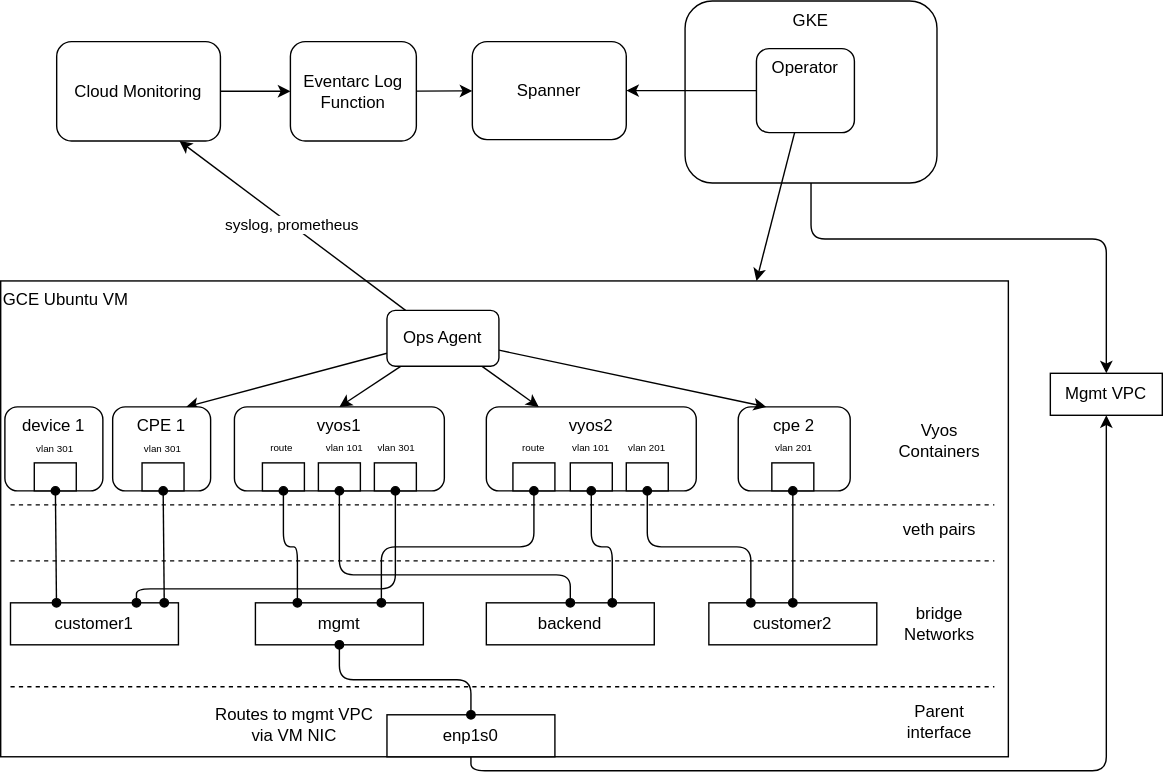
This is docs/drawings/networking.drawio.svg from LeegenSteven/NetworkAgent-dev, a draw.io export, as it was before one commit. Source tidied: cells renumbered, new cells last; positions are measured from the earlier drawing's top-left corner, leaving out a move shared by most shapes. The source it was exported from:
```xml
<mxGraphModel>
  <root>
    <mxCell id="0" />
    <mxCell id="1" parent="0" />
    <mxCell id="2" value="GKE" style="rounded=1;whiteSpace=wrap;html=1;verticalAlign=top;" parent="1" vertex="1">
      <mxGeometry x="489" width="180" height="130" as="geometry" />
    </mxCell>
    <mxCell id="3" value="GCE Ubuntu VM" style="rounded=0;whiteSpace=wrap;html=1;verticalAlign=top;align=left;" parent="1" vertex="1">
      <mxGeometry y="200" width="720" height="340" as="geometry" />
    </mxCell>
    <mxCell id="4" value="vyos1" style="rounded=1;whiteSpace=wrap;html=1;verticalAlign=top;" parent="1" vertex="1">
      <mxGeometry x="167" y="290" width="150" height="60" as="geometry" />
    </mxCell>
    <mxCell id="5" value="vyos2" style="rounded=1;whiteSpace=wrap;html=1;verticalAlign=top;" parent="1" vertex="1">
      <mxGeometry x="347" y="290" width="150" height="60" as="geometry" />
    </mxCell>
    <mxCell id="6" style="rounded=0;whiteSpace=wrap;html=1;" parent="1" vertex="1">
      <mxGeometry x="187" y="330" width="30" height="20" as="geometry" />
    </mxCell>
    <mxCell id="7" style="rounded=0;whiteSpace=wrap;html=1;" parent="1" vertex="1">
      <mxGeometry x="227" y="330" width="30" height="20" as="geometry" />
    </mxCell>
    <mxCell id="8" style="rounded=0;whiteSpace=wrap;html=1;" parent="1" vertex="1">
      <mxGeometry x="267" y="330" width="30" height="20" as="geometry" />
    </mxCell>
    <mxCell id="9" style="rounded=0;whiteSpace=wrap;html=1;" parent="1" vertex="1">
      <mxGeometry x="366" y="330" width="30" height="20" as="geometry" />
    </mxCell>
    <mxCell id="10" style="rounded=0;whiteSpace=wrap;html=1;" parent="1" vertex="1">
      <mxGeometry x="407" y="330" width="30" height="20" as="geometry" />
    </mxCell>
    <mxCell id="11" style="rounded=0;whiteSpace=wrap;html=1;" parent="1" vertex="1">
      <mxGeometry x="447" y="330" width="30" height="20" as="geometry" />
    </mxCell>
    <mxCell id="12" value="cpe 2" style="rounded=1;whiteSpace=wrap;html=1;verticalAlign=top;" parent="1" vertex="1">
      <mxGeometry x="527" y="290" width="80" height="60" as="geometry" />
    </mxCell>
    <mxCell id="13" style="rounded=0;whiteSpace=wrap;html=1;" parent="1" vertex="1">
      <mxGeometry x="551" y="330" width="30" height="20" as="geometry" />
    </mxCell>
    <mxCell id="14" value="device 1" style="rounded=1;whiteSpace=wrap;html=1;verticalAlign=top;" parent="1" vertex="1">
      <mxGeometry x="3" y="290" width="70" height="60" as="geometry" />
    </mxCell>
    <mxCell id="15" style="rounded=0;whiteSpace=wrap;html=1;" parent="1" vertex="1">
      <mxGeometry x="24" y="330" width="30" height="20" as="geometry" />
    </mxCell>
    <mxCell id="16" value="mgmt" style="rounded=0;whiteSpace=wrap;html=1;" parent="1" vertex="1">
      <mxGeometry x="182" y="430" width="120" height="30" as="geometry" />
    </mxCell>
    <mxCell id="17" value="backend" style="rounded=0;whiteSpace=wrap;html=1;" parent="1" vertex="1">
      <mxGeometry x="347" y="430" width="120" height="30" as="geometry" />
    </mxCell>
    <mxCell id="18" value="customer2" style="rounded=0;whiteSpace=wrap;html=1;" parent="1" vertex="1">
      <mxGeometry x="506" y="430" width="120" height="30" as="geometry" />
    </mxCell>
    <mxCell id="19" value="customer1" style="rounded=0;whiteSpace=wrap;html=1;" parent="1" vertex="1">
      <mxGeometry x="7" y="430" width="120" height="30" as="geometry" />
    </mxCell>
    <mxCell id="20" style="edgeStyle=orthogonalEdgeStyle;html=1;entryX=0.5;entryY=1;entryDx=0;entryDy=0;exitX=0.5;exitY=1;exitDx=0;exitDy=0;" parent="1" edge="1" source="21" target="48">
      <mxGeometry relative="1" as="geometry" />
    </mxCell>
    <mxCell id="21" value="enp1s0" style="rounded=0;whiteSpace=wrap;html=1;" parent="1" vertex="1">
      <mxGeometry x="276" y="510" width="120" height="30" as="geometry" />
    </mxCell>
    <mxCell id="22" style="edgeStyle=orthogonalEdgeStyle;html=1;entryX=0.25;entryY=0;entryDx=0;entryDy=0;exitX=0.5;exitY=1;exitDx=0;exitDy=0;startArrow=oval;startFill=1;endArrow=oval;endFill=1;" parent="1" edge="1" source="6" target="16">
      <mxGeometry relative="1" as="geometry" />
    </mxCell>
    <mxCell id="23" style="edgeStyle=orthogonalEdgeStyle;html=1;exitX=0.5;exitY=1;exitDx=0;exitDy=0;endArrow=oval;endFill=1;startArrow=oval;startFill=1;" parent="1" edge="1" source="7" target="17">
      <mxGeometry relative="1" as="geometry">
        <Array as="points">
          <mxPoint x="242" y="410" />
          <mxPoint x="407" y="410" />
        </Array>
      </mxGeometry>
    </mxCell>
    <mxCell id="24" style="edgeStyle=orthogonalEdgeStyle;html=1;endArrow=oval;endFill=1;startArrow=oval;startFill=1;entryX=0.75;entryY=0;entryDx=0;entryDy=0;exitX=0.5;exitY=1;exitDx=0;exitDy=0;" parent="1" edge="1" source="8" target="19">
      <mxGeometry relative="1" as="geometry">
        <Array as="points">
          <mxPoint x="282" y="420" />
          <mxPoint x="97" y="420" />
        </Array>
      </mxGeometry>
    </mxCell>
    <mxCell id="25" style="edgeStyle=orthogonalEdgeStyle;html=1;endArrow=oval;endFill=1;startArrow=oval;startFill=1;entryX=0.75;entryY=0;entryDx=0;entryDy=0;exitX=0.5;exitY=1;exitDx=0;exitDy=0;" parent="1" edge="1" source="9" target="16">
      <mxGeometry relative="1" as="geometry" />
    </mxCell>
    <mxCell id="26" style="edgeStyle=orthogonalEdgeStyle;html=1;endArrow=oval;endFill=1;startArrow=oval;startFill=1;entryX=0.75;entryY=0;entryDx=0;entryDy=0;" parent="1" edge="1" source="10" target="17">
      <mxGeometry relative="1" as="geometry" />
    </mxCell>
    <mxCell id="27" style="edgeStyle=orthogonalEdgeStyle;html=1;exitX=0.5;exitY=1;exitDx=0;exitDy=0;endArrow=oval;endFill=1;startArrow=oval;startFill=1;entryX=0.5;entryY=0;entryDx=0;entryDy=0;" parent="1" edge="1" source="13" target="18">
      <mxGeometry relative="1" as="geometry" />
    </mxCell>
    <mxCell id="28" style="edgeStyle=orthogonalEdgeStyle;html=1;endArrow=oval;endFill=1;startArrow=oval;startFill=1;entryX=0.25;entryY=0;entryDx=0;entryDy=0;exitX=0.5;exitY=1;exitDx=0;exitDy=0;" parent="1" edge="1" source="11" target="18">
      <mxGeometry relative="1" as="geometry" />
    </mxCell>
    <mxCell id="29" value="vlan 201" style="text;html=1;align=center;verticalAlign=middle;whiteSpace=wrap;rounded=0;fontSize=7;" parent="1" vertex="1">
      <mxGeometry x="552" y="310" width="30" height="20" as="geometry" />
    </mxCell>
    <mxCell id="30" value="vlan 201" style="text;html=1;align=center;verticalAlign=middle;whiteSpace=wrap;rounded=0;fontSize=7;" parent="1" vertex="1">
      <mxGeometry x="447" y="310" width="30" height="20" as="geometry" />
    </mxCell>
    <mxCell id="31" value="vlan 101" style="text;html=1;align=center;verticalAlign=middle;whiteSpace=wrap;rounded=0;fontSize=7;" parent="1" vertex="1">
      <mxGeometry x="407" y="310" width="30" height="20" as="geometry" />
    </mxCell>
    <mxCell id="32" value="route" style="text;html=1;align=center;verticalAlign=middle;whiteSpace=wrap;rounded=0;fontSize=7;" parent="1" vertex="1">
      <mxGeometry x="366" y="310" width="30" height="20" as="geometry" />
    </mxCell>
    <mxCell id="33" value="vlan 301" style="text;html=1;align=center;verticalAlign=middle;whiteSpace=wrap;rounded=0;fontSize=7;" parent="1" vertex="1">
      <mxGeometry x="268" y="310" width="30" height="20" as="geometry" />
    </mxCell>
    <mxCell id="34" value="vlan 101" style="text;html=1;align=center;verticalAlign=middle;whiteSpace=wrap;rounded=0;fontSize=7;" parent="1" vertex="1">
      <mxGeometry x="227" y="310" width="38" height="20" as="geometry" />
    </mxCell>
    <mxCell id="35" value="route" style="text;html=1;align=center;verticalAlign=middle;whiteSpace=wrap;rounded=0;fontSize=7;" parent="1" vertex="1">
      <mxGeometry x="186" y="310" width="30" height="20" as="geometry" />
    </mxCell>
    <mxCell id="36" style="edgeStyle=none;html=1;endArrow=oval;endFill=1;startArrow=oval;startFill=1;" parent="1" edge="1" source="15">
      <mxGeometry relative="1" as="geometry">
        <mxPoint x="39.9" y="430" as="targetPoint" />
      </mxGeometry>
    </mxCell>
    <mxCell id="37" value="vlan 301" style="text;html=1;align=center;verticalAlign=middle;whiteSpace=wrap;rounded=0;fontSize=7;" parent="1" vertex="1">
      <mxGeometry x="24" y="311" width="30" height="20" as="geometry" />
    </mxCell>
    <mxCell id="38" value="bridge Networks" style="text;html=1;align=center;verticalAlign=middle;whiteSpace=wrap;rounded=0;" parent="1" vertex="1">
      <mxGeometry x="641" y="430" width="60" height="30" as="geometry" />
    </mxCell>
    <mxCell id="39" value="Parent interface" style="text;html=1;align=center;verticalAlign=middle;whiteSpace=wrap;rounded=0;" parent="1" vertex="1">
      <mxGeometry x="641" y="500" width="60" height="30" as="geometry" />
    </mxCell>
    <mxCell id="40" style="endArrow=none;html=1;dashed=1;" parent="1" edge="1">
      <mxGeometry relative="1" as="geometry">
        <mxPoint x="7" y="490" as="sourcePoint" />
        <mxPoint x="710" y="490" as="targetPoint" />
      </mxGeometry>
    </mxCell>
    <mxCell id="41" style="endArrow=none;html=1;dashed=1;" parent="1" edge="1">
      <mxGeometry relative="1" as="geometry">
        <mxPoint x="7" y="400" as="sourcePoint" />
        <mxPoint x="710" y="400" as="targetPoint" />
      </mxGeometry>
    </mxCell>
    <mxCell id="42" value="Vyos Containers" style="text;html=1;align=center;verticalAlign=middle;whiteSpace=wrap;rounded=0;" parent="1" vertex="1">
      <mxGeometry x="641" y="296" width="60" height="35" as="geometry" />
    </mxCell>
    <mxCell id="43" value="veth pairs" style="text;html=1;align=center;verticalAlign=middle;whiteSpace=wrap;rounded=0;" parent="1" vertex="1">
      <mxGeometry x="641" y="360" width="60" height="35" as="geometry" />
    </mxCell>
    <mxCell id="44" style="endArrow=none;html=1;dashed=1;" parent="1" edge="1">
      <mxGeometry relative="1" as="geometry">
        <mxPoint x="7" y="360" as="sourcePoint" />
        <mxPoint x="710" y="360" as="targetPoint" />
      </mxGeometry>
    </mxCell>
    <mxCell id="45" style="edgeStyle=none;html=1;" parent="1" edge="1" source="47" target="52">
      <mxGeometry relative="1" as="geometry" />
    </mxCell>
    <mxCell id="46" style="edgeStyle=none;html=1;entryX=0.75;entryY=0;entryDx=0;entryDy=0;" parent="1" edge="1" source="47" target="3">
      <mxGeometry relative="1" as="geometry" />
    </mxCell>
    <mxCell id="47" value="Operator" style="rounded=1;whiteSpace=wrap;html=1;verticalAlign=top;" parent="1" vertex="1">
      <mxGeometry x="540" y="34" width="70" height="60" as="geometry" />
    </mxCell>
    <mxCell id="48" value="Mgmt VPC" style="rounded=0;whiteSpace=wrap;html=1;rotation=0;" parent="1" vertex="1">
      <mxGeometry x="750" y="266" width="80" height="30" as="geometry" />
    </mxCell>
    <mxCell id="49" style="edgeStyle=orthogonalEdgeStyle;html=1;entryX=0.5;entryY=0;entryDx=0;entryDy=0;exitX=0.5;exitY=1;exitDx=0;exitDy=0;" parent="1" edge="1" source="2" target="48">
      <mxGeometry relative="1" as="geometry">
        <Array as="points">
          <mxPoint x="579" y="170" />
          <mxPoint x="790" y="170" />
        </Array>
      </mxGeometry>
    </mxCell>
    <mxCell id="50" style="edgeStyle=orthogonalEdgeStyle;html=1;exitX=0.5;exitY=1;exitDx=0;exitDy=0;startArrow=oval;startFill=1;endArrow=oval;endFill=1;" parent="1" edge="1" source="16" target="21">
      <mxGeometry relative="1" as="geometry" />
    </mxCell>
    <mxCell id="51" value="Routes to mgmt VPC via VM NIC" style="text;html=1;align=center;verticalAlign=middle;whiteSpace=wrap;rounded=0;" parent="1" vertex="1">
      <mxGeometry x="152" y="502" width="116" height="30" as="geometry" />
    </mxCell>
    <mxCell id="52" value="Spanner" style="rounded=1;whiteSpace=wrap;html=1;verticalAlign=middle;" parent="1" vertex="1">
      <mxGeometry x="337" y="29" width="110" height="70" as="geometry" />
    </mxCell>
    <mxCell id="53" value="syslog, prometheus" style="edgeStyle=none;html=1;entryX=0.75;entryY=1;entryDx=0;entryDy=0;" parent="1" edge="1" source="58" target="60">
      <mxGeometry relative="1" as="geometry" />
    </mxCell>
    <mxCell id="54" style="edgeStyle=none;html=1;entryX=0.5;entryY=0;entryDx=0;entryDy=0;" parent="1" edge="1" source="58" target="4">
      <mxGeometry relative="1" as="geometry" />
    </mxCell>
    <mxCell id="55" style="edgeStyle=none;html=1;entryX=0.25;entryY=0;entryDx=0;entryDy=0;" parent="1" edge="1" source="58" target="5">
      <mxGeometry relative="1" as="geometry" />
    </mxCell>
    <mxCell id="56" style="edgeStyle=none;html=1;entryX=0.75;entryY=0;entryDx=0;entryDy=0;" parent="1" edge="1" source="58" target="63">
      <mxGeometry relative="1" as="geometry" />
    </mxCell>
    <mxCell id="57" style="edgeStyle=none;html=1;entryX=0.25;entryY=0;entryDx=0;entryDy=0;" parent="1" edge="1" source="58" target="12">
      <mxGeometry relative="1" as="geometry" />
    </mxCell>
    <mxCell id="58" value="Ops Agent" style="rounded=1;whiteSpace=wrap;html=1;verticalAlign=middle;" parent="1" vertex="1">
      <mxGeometry x="276" y="221" width="80" height="40" as="geometry" />
    </mxCell>
    <mxCell id="59" style="edgeStyle=none;html=1;" parent="1" edge="1" source="60" target="62">
      <mxGeometry relative="1" as="geometry" />
    </mxCell>
    <mxCell id="60" value="Cloud Monitoring" style="rounded=1;whiteSpace=wrap;html=1;verticalAlign=middle;" parent="1" vertex="1">
      <mxGeometry x="40" y="29" width="117" height="71" as="geometry" />
    </mxCell>
    <mxCell id="61" style="edgeStyle=none;html=1;" parent="1" edge="1" source="62" target="52">
      <mxGeometry relative="1" as="geometry" />
    </mxCell>
    <mxCell id="62" value="Eventarc Log Function" style="rounded=1;whiteSpace=wrap;html=1;verticalAlign=middle;" parent="1" vertex="1">
      <mxGeometry x="207" y="29" width="90" height="71" as="geometry" />
    </mxCell>
    <mxCell id="63" value="CPE 1" style="rounded=1;whiteSpace=wrap;html=1;verticalAlign=top;" parent="1" vertex="1">
      <mxGeometry x="80" y="290" width="70" height="60" as="geometry" />
    </mxCell>
    <mxCell id="64" style="rounded=0;whiteSpace=wrap;html=1;" parent="1" vertex="1">
      <mxGeometry x="101" y="330" width="30" height="20" as="geometry" />
    </mxCell>
    <mxCell id="65" style="edgeStyle=none;html=1;endArrow=oval;endFill=1;startArrow=oval;startFill=1;" parent="1" edge="1" source="64">
      <mxGeometry relative="1" as="geometry">
        <mxPoint x="116.9" y="430" as="targetPoint" />
      </mxGeometry>
    </mxCell>
    <mxCell id="66" value="vlan 301" style="text;html=1;align=center;verticalAlign=middle;whiteSpace=wrap;rounded=0;fontSize=7;" parent="1" vertex="1">
      <mxGeometry x="101" y="311" width="30" height="20" as="geometry" />
    </mxCell>
  </root>
</mxGraphModel>
```
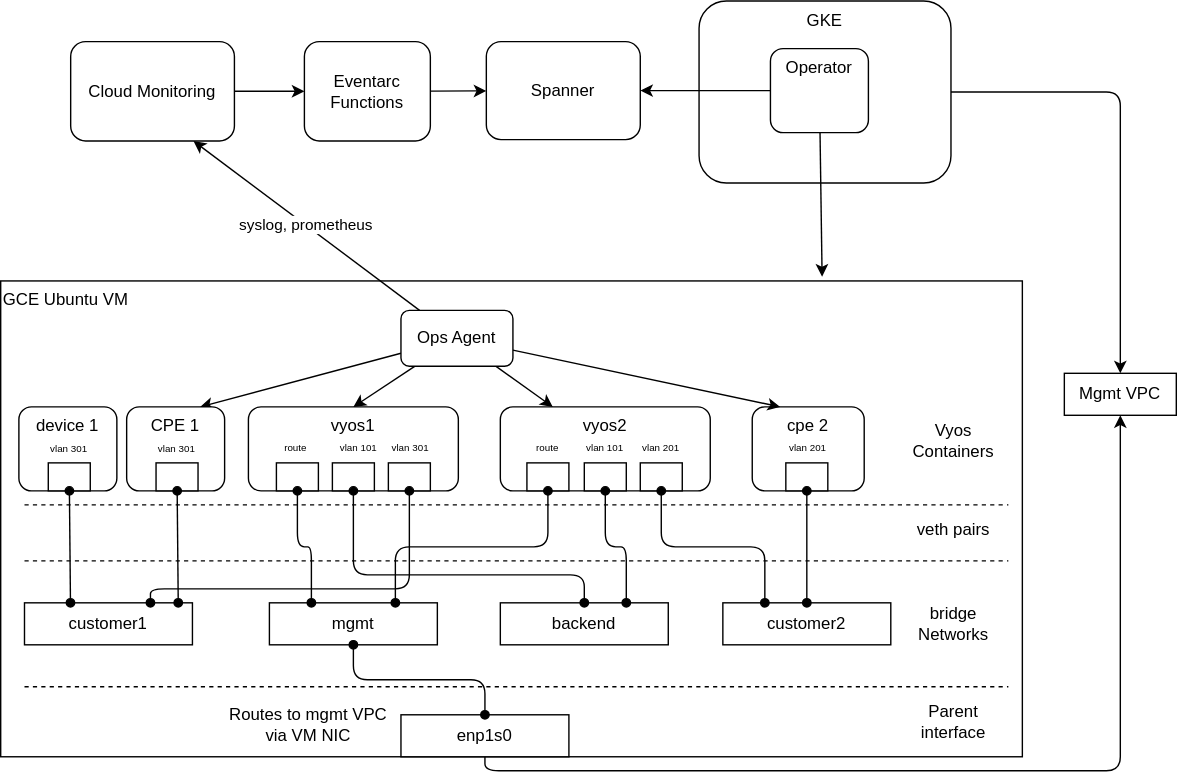
The same diagram one commit later.

The edit, as a diff of the source:
```diff
@@ -6,7 +6,7 @@
       <mxGeometry x="489" width="180" height="130" as="geometry" />
     </mxCell>
     <mxCell id="3" value="GCE Ubuntu VM" style="rounded=0;whiteSpace=wrap;html=1;verticalAlign=top;align=left;" parent="1" vertex="1">
-      <mxGeometry y="200" width="720" height="340" as="geometry" />
+      <mxGeometry x="-10" y="200" width="730" height="340" as="geometry" />
     </mxCell>
     <mxCell id="4" value="vyos1" style="rounded=1;whiteSpace=wrap;html=1;verticalAlign=top;" parent="1" vertex="1">
       <mxGeometry x="167" y="290" width="150" height="60" as="geometry" />
@@ -155,7 +155,7 @@
     <mxCell id="45" style="edgeStyle=none;html=1;" parent="1" edge="1" source="47" target="52">
       <mxGeometry relative="1" as="geometry" />
     </mxCell>
-    <mxCell id="46" style="edgeStyle=none;html=1;entryX=0.75;entryY=0;entryDx=0;entryDy=0;" parent="1" edge="1" source="47" target="3">
+    <mxCell id="46" style="edgeStyle=none;html=1;entryX=0.804;entryY=-0.009;entryDx=0;entryDy=0;entryPerimeter=0;" parent="1" edge="1" source="47" target="3">
       <mxGeometry relative="1" as="geometry" />
     </mxCell>
     <mxCell id="47" value="Operator" style="rounded=1;whiteSpace=wrap;html=1;verticalAlign=top;" parent="1" vertex="1">
@@ -164,13 +164,8 @@
     <mxCell id="48" value="Mgmt VPC" style="rounded=0;whiteSpace=wrap;html=1;rotation=0;" parent="1" vertex="1">
       <mxGeometry x="750" y="266" width="80" height="30" as="geometry" />
     </mxCell>
-    <mxCell id="49" style="edgeStyle=orthogonalEdgeStyle;html=1;entryX=0.5;entryY=0;entryDx=0;entryDy=0;exitX=0.5;exitY=1;exitDx=0;exitDy=0;" parent="1" edge="1" source="2" target="48">
-      <mxGeometry relative="1" as="geometry">
-        <Array as="points">
-          <mxPoint x="579" y="170" />
-          <mxPoint x="790" y="170" />
-        </Array>
-      </mxGeometry>
+    <mxCell id="49" style="edgeStyle=orthogonalEdgeStyle;html=1;entryX=0.5;entryY=0;entryDx=0;entryDy=0;exitX=1;exitY=0.5;exitDx=0;exitDy=0;" parent="1" edge="1" source="2" target="48">
+      <mxGeometry relative="1" as="geometry" />
     </mxCell>
     <mxCell id="50" style="edgeStyle=orthogonalEdgeStyle;html=1;exitX=0.5;exitY=1;exitDx=0;exitDy=0;startArrow=oval;startFill=1;endArrow=oval;endFill=1;" parent="1" edge="1" source="16" target="21">
       <mxGeometry relative="1" as="geometry" />
@@ -208,7 +203,7 @@
     <mxCell id="61" style="edgeStyle=none;html=1;" parent="1" edge="1" source="62" target="52">
       <mxGeometry relative="1" as="geometry" />
     </mxCell>
-    <mxCell id="62" value="Eventarc Log Function" style="rounded=1;whiteSpace=wrap;html=1;verticalAlign=middle;" parent="1" vertex="1">
+    <mxCell id="62" value="Eventarc Functions" style="rounded=1;whiteSpace=wrap;html=1;verticalAlign=middle;" parent="1" vertex="1">
       <mxGeometry x="207" y="29" width="90" height="71" as="geometry" />
     </mxCell>
     <mxCell id="63" value="CPE 1" style="rounded=1;whiteSpace=wrap;html=1;verticalAlign=top;" parent="1" vertex="1">
```
